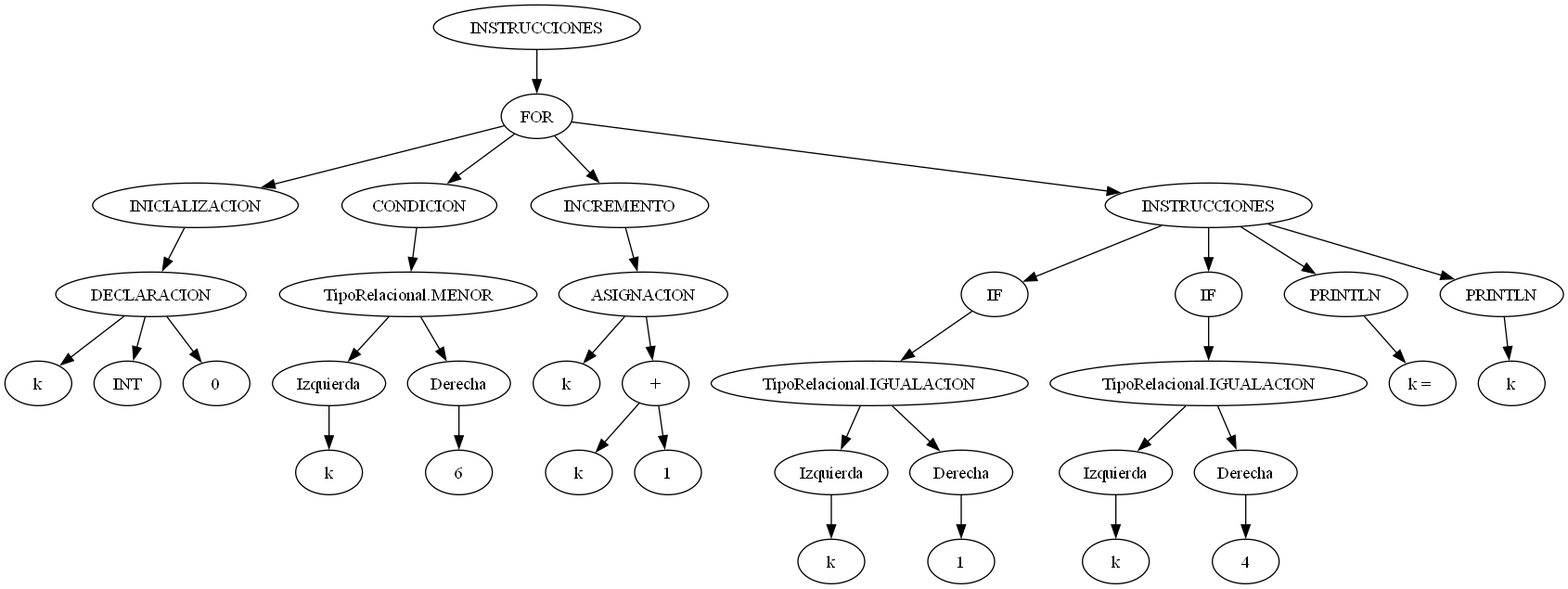
Earlier version of the Graphviz export backend/AST.png (AlvaroCeballos/OLC1_VJ2025_G5). Its source is kept beside it as backend/AST.dot.
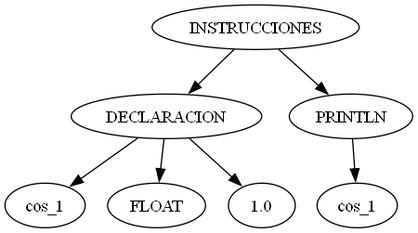
Later version of the same file.

Diff of the diagram source:
```diff
@@ -1,73 +1,15 @@
 digraph {
 	0 [label = "INSTRUCCIONES"];
-	63 [label = "FOR"];
-	64 [label = "INICIALIZACION"];
-	65 [label = "DECLARACION"];
-	66 [label = "k"];
-	67 [label = "INT"];
-	68 [label = "0"];
-	69 [label = "CONDICION"];
-	70 [label = "TipoRelacional.MENOR"];
-	71 [label = "Izquierda"];
-	72 [label = "k"];
-	73 [label = "Derecha"];
-	74 [label = "6"];
-	75 [label = "INCREMENTO"];
-	76 [label = "ASIGNACION"];
-	77 [label = "k"];
-	78 [label = "+"];
-	79 [label = "k"];
-	80 [label = "1"];
-	81 [label = "INSTRUCCIONES"];
-	82 [label = "IF"];
-	83 [label = "TipoRelacional.IGUALACION"];
-	84 [label = "Izquierda"];
-	85 [label = "k"];
-	86 [label = "Derecha"];
-	87 [label = "1"];
-	88 [label = "IF"];
-	89 [label = "TipoRelacional.IGUALACION"];
-	90 [label = "Izquierda"];
-	91 [label = "k"];
-	92 [label = "Derecha"];
-	93 [label = "4"];
-	94 [label = "PRINTLN"];
-	95 [label = "k = "];
-	96 [label = "PRINTLN"];
-	97 [label = "k"];
-	0 -> 63;
-	63 -> 64;
-	64 -> 65;
-	65 -> 66;
-	65 -> 67;
-	65 -> 68;
-	63 -> 69;
-	69 -> 70;
-	70 -> 71;
-	71 -> 72;
-	70 -> 73;
-	73 -> 74;
-	63 -> 75;
-	75 -> 76;
-	76 -> 77;
-	76 -> 78;
-	78 -> 79;
-	78 -> 80;
-	63 -> 81;
-	81 -> 82;
-	82 -> 83;
-	83 -> 84;
-	84 -> 85;
-	83 -> 86;
-	86 -> 87;
-	81 -> 88;
-	88 -> 89;
-	89 -> 90;
-	90 -> 91;
-	89 -> 92;
-	92 -> 93;
-	81 -> 94;
-	94 -> 95;
-	81 -> 96;
-	96 -> 97;
+	7 [label = "DECLARACION"];
+	8 [label = "cos_1"];
+	9 [label = "FLOAT"];
+	10 [label = "1.0"];
+	11 [label = "PRINTLN"];
+	12 [label = "cos_1"];
+	0 -> 7;
+	7 -> 8;
+	7 -> 9;
+	7 -> 10;
+	0 -> 11;
+	11 -> 12;
 }
```
